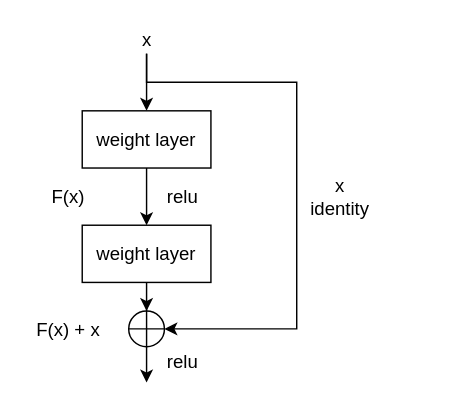
This is ResNet.drawio from zhaoyangkun/draw.io, a draw.io file, before an edit. Source tidied: cells renumbered, new cells numbered last; positions are measured from the earlier drawing's top-left corner, leaving out a move shared by most shapes. Both pictures are drawn from the tidied source at 143%, with x=0, y=0 at pixel (24, 24).
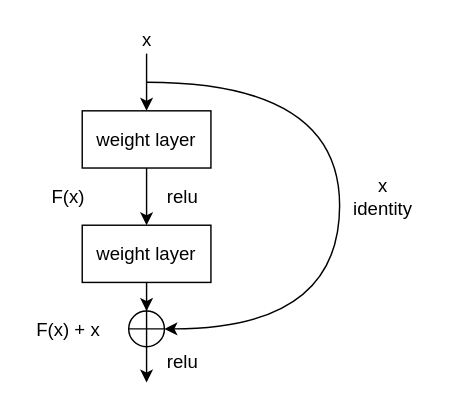
The same page after the edit.

Diff of the diagram source:
```diff
@@
 <mxGraphModel>
   <root>
     <mxCell id="0" />
     <mxCell id="1" parent="0" />
     <mxCell id="2" style="edgeStyle=orthogonalEdgeStyle;rounded=0;jettySize=auto;html=1;fontSize=13;" parent="1" edge="1" source="3" target="5">
       <mxGeometry relative="1" as="geometry" />
     </mxCell>
     <mxCell id="3" value="weight layer" style="rounded=0;whiteSpace=wrap;html=1;fontSize=13;" parent="1" vertex="1">
       <mxGeometry x="40" y="60" width="90" height="40" as="geometry" />
     </mxCell>
     <mxCell id="4" style="edgeStyle=orthogonalEdgeStyle;rounded=0;jettySize=auto;html=1;entryX=0.5;entryY=0;entryDx=0;entryDy=0;entryPerimeter=0;fontSize=13;" parent="1" edge="1" source="5" target="12">
       <mxGeometry relative="1" as="geometry" />
     </mxCell>
     <mxCell id="5" value="weight layer" style="rounded=0;whiteSpace=wrap;html=1;fontSize=13;" parent="1" vertex="1">
       <mxGeometry x="40" y="140" width="90" height="40" as="geometry" />
     </mxCell>
     <mxCell id="6" value="relu" style="text;html=1;align=center;verticalAlign=middle;strokeColor=none;fontSize=13;" parent="1" vertex="1">
       <mxGeometry x="90" y="110" width="40" height="20" as="geometry" />
     </mxCell>
     <mxCell id="7" style="edgeStyle=orthogonalEdgeStyle;rounded=0;jettySize=auto;html=1;fontSize=13;" parent="1" edge="1" source="9" target="3">
       <mxGeometry relative="1" as="geometry" />
     </mxCell>
-    <mxCell id="8" style="edgeStyle=orthogonalEdgeStyle;rounded=0;jettySize=auto;html=1;entryX=1;entryY=0.5;entryDx=0;entryDy=0;entryPerimeter=0;fontSize=13;" parent="1" edge="1" source="9" target="12">
+    <mxCell id="8" style="edgeStyle=orthogonalEdgeStyle;rounded=0;jettySize=auto;html=1;entryX=1;entryY=0.5;entryDx=0;entryDy=0;entryPerimeter=0;fontSize=13;curved=1;" parent="1" edge="1" target="12">
       <mxGeometry relative="1" as="geometry">
+        <mxPoint x="85" y="40" as="sourcePoint" />
         <Array as="points">
-          <mxPoint x="85" y="40" />
-          <mxPoint x="190" y="40" />
-          <mxPoint x="190" y="213" />
+          <mxPoint x="220" y="40" />
+          <mxPoint x="220" y="213" />
         </Array>
       </mxGeometry>
     </mxCell>
     <mxCell id="9" value="x" style="text;html=1;align=center;verticalAlign=middle;points=[];strokeColor=none;fontSize=13;" parent="1" vertex="1">
       <mxGeometry x="75" width="20" height="20" as="geometry" />
     </mxCell>
     <mxCell id="10" value="F(x)" style="text;html=1;align=center;verticalAlign=middle;strokeColor=none;fontSize=13;" parent="1" vertex="1">
       <mxGeometry x="10" y="110" width="40" height="20" as="geometry" />
     </mxCell>
     <mxCell id="11" style="edgeStyle=orthogonalEdgeStyle;rounded=0;jettySize=auto;html=1;fontSize=13;" parent="1" edge="1" source="12">
       <mxGeometry relative="1" as="geometry">
         <mxPoint x="85" y="250" as="targetPoint" />
       </mxGeometry>
     </mxCell>
     <mxCell id="12" style="verticalLabelPosition=bottom;verticalAlign=top;html=1;shape=mxgraph.flowchart.summing_function;fontSize=13;" parent="1" vertex="1">
       <mxGeometry x="72.5" y="200" width="25" height="25" as="geometry" />
     </mxCell>
     <mxCell id="13" value="F(x) + x" style="text;html=1;align=center;verticalAlign=middle;strokeColor=none;fontSize=13;" parent="1" vertex="1">
       <mxGeometry y="202.5" width="60" height="20" as="geometry" />
     </mxCell>
     <mxCell id="14" value="relu" style="text;html=1;align=center;verticalAlign=middle;strokeColor=none;fontSize=13;" parent="1" vertex="1">
       <mxGeometry x="90" y="225" width="40" height="20" as="geometry" />
     </mxCell>
     <mxCell id="15" value="x&lt;br style=&quot;font-size: 13px;&quot;&gt;identity" style="text;html=1;align=center;verticalAlign=middle;strokeColor=none;fontSize=13;" parent="1" vertex="1">
-      <mxGeometry x="190" y="100" width="60" height="40" as="geometry" />
+      <mxGeometry x="220" y="100" width="60" height="40" as="geometry" />
     </mxCell>
   </root>
 </mxGraphModel>
```
